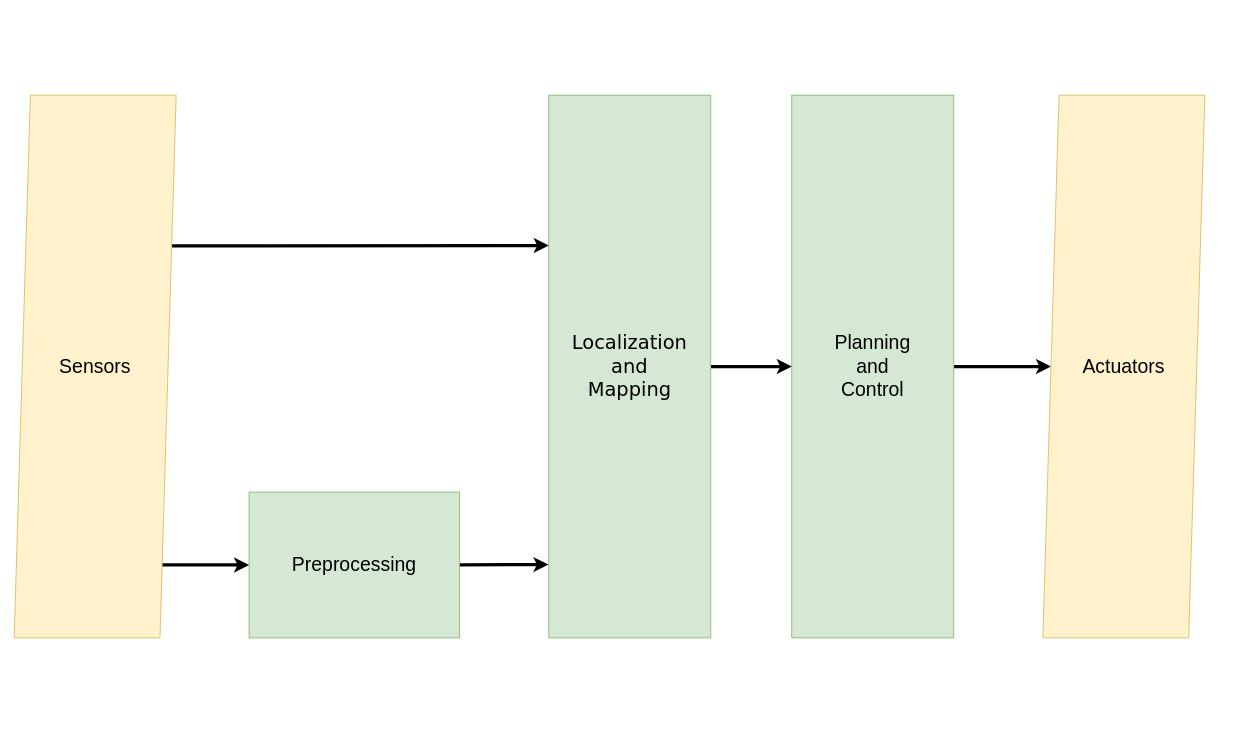
This is page "Software Structure 1" (1 of 11) of TestNav.drawio from ipa-dmo/ipa_outdoor_docu, a draw.io file, before an edit. Source tidied: cells renumbered, new cells numbered last; positions are measured from the earlier drawing's top-left corner, leaving out a move shared by most shapes. Both pictures are drawn from the tidied source at 81%, with x=0, y=0 at pixel (14, 95).
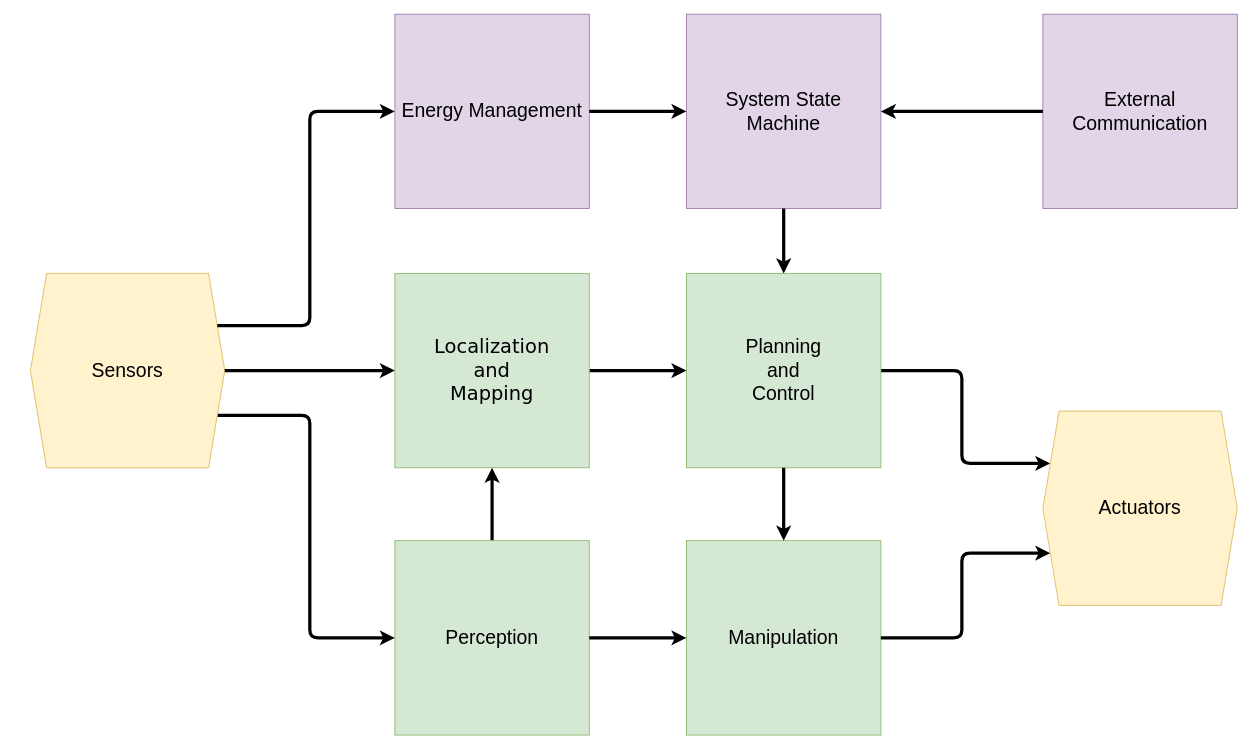
The same page after the edit.

Change to the diagram source:
```diff
@@
-    <mxCell id="2" style="edgeStyle=none;rounded=0;jettySize=auto;html=1;entryX=0;entryY=0.5;entryDx=0;entryDy=0;strokeWidth=4;" parent="1" edge="1" source="3" target="11">
+    <mxCell id="2" style="edgeStyle=orthogonalEdgeStyle;rounded=1;jettySize=auto;html=1;entryX=0;entryY=0.25;entryDx=0;entryDy=0;strokeWidth=4;" parent="1" edge="1" source="3" target="11">
       <mxGeometry relative="1" as="geometry" />
     </mxCell>
     <mxCell id="3" value="&lt;div&gt;&lt;font style=&quot;font-size: 24px&quot;&gt;Planning &lt;br&gt;&lt;/font&gt;&lt;/div&gt;&lt;div&gt;&lt;font style=&quot;font-size: 24px&quot;&gt;and &lt;br&gt;&lt;/font&gt;&lt;/div&gt;&lt;div&gt;&lt;font style=&quot;font-size: 24px&quot;&gt;Control&lt;/font&gt;&lt;/div&gt;" style="whiteSpace=wrap;html=1;fillColor=#d5e8d4;strokeColor=#82b366;" parent="1" vertex="1">
-      <mxGeometry x="960" width="200" height="670" as="geometry" />
+      <mxGeometry x="830" y="220" width="240" height="240" as="geometry" />
     </mxCell>
@@
     <mxCell id="5" value="&lt;div&gt;&lt;font face=&quot;Verdana&quot;&gt;&lt;font style=&quot;font-size: 24px&quot;&gt;Localization&lt;font style=&quot;font-size: 24px&quot;&gt; &lt;br&gt;&lt;/font&gt;&lt;/font&gt;&lt;/font&gt;&lt;/div&gt;&lt;div&gt;&lt;font face=&quot;Verdana&quot;&gt;&lt;font style=&quot;font-size: 24px&quot;&gt;&lt;font style=&quot;font-size: 24px&quot;&gt;and &lt;br&gt;&lt;/font&gt;&lt;/font&gt;&lt;/font&gt;&lt;/div&gt;&lt;div&gt;&lt;font face=&quot;Verdana&quot;&gt;&lt;font style=&quot;font-size: 24px&quot;&gt;&lt;font style=&quot;font-size: 24px&quot;&gt;Mapping&lt;/font&gt;&lt;/font&gt;&lt;/font&gt;&lt;/div&gt;" style="whiteSpace=wrap;html=1;fillColor=#d5e8d4;strokeColor=#82b366;" parent="1" vertex="1">
-      <mxGeometry x="660" width="200" height="670" as="geometry" />
+      <mxGeometry x="470" y="220" width="240" height="240" as="geometry" />
     </mxCell>
-    <mxCell id="6" style="edgeStyle=none;rounded=0;jettySize=auto;html=1;strokeWidth=4;entryX=-0.002;entryY=0.865;entryDx=0;entryDy=0;entryPerimeter=0;" parent="1" edge="1" source="7" target="5">
+    <mxCell id="6" style="rounded=0;jettySize=auto;html=1;strokeWidth=4;exitX=0.5;exitY=0;exitDx=0;exitDy=0;entryX=0.5;entryY=1;entryDx=0;entryDy=0;" parent="1" edge="1" source="7" target="5">
       <mxGeometry relative="1" as="geometry" />
     </mxCell>
-    <mxCell id="7" value="&lt;font style=&quot;font-size: 24px&quot;&gt;Preprocessing&lt;/font&gt;" style="whiteSpace=wrap;html=1;fillColor=#d5e8d4;strokeColor=#82b366;" parent="1" vertex="1">
-      <mxGeometry x="290" y="490" width="260" height="180" as="geometry" />
+    <mxCell id="7" value="&lt;font style=&quot;font-size: 24px&quot;&gt;Perception&lt;/font&gt;" style="whiteSpace=wrap;html=1;fillColor=#d5e8d4;strokeColor=#82b366;" parent="1" vertex="1">
+      <mxGeometry x="470" y="550" width="240" height="240" as="geometry" />
     </mxCell>
-    <mxCell id="8" style="jettySize=auto;html=1;entryX=0;entryY=0.5;entryDx=0;entryDy=0;strokeWidth=4;" parent="1" edge="1" target="7">
-      <mxGeometry relative="1" as="geometry">
-        <mxPoint x="170" y="580" as="sourcePoint" />
-      </mxGeometry>
+    <mxCell id="8" style="jettySize=auto;html=1;entryX=0;entryY=0.5;entryDx=0;entryDy=0;strokeWidth=4;exitX=1;exitY=0.75;exitDx=0;exitDy=0;edgeStyle=orthogonalEdgeStyle;" parent="1" edge="1" source="9" target="7">
+      <mxGeometry relative="1" as="geometry" />
     </mxCell>
-    <mxCell id="9" value="&lt;font style=&quot;font-size: 24px&quot;&gt;Sensors&lt;/font&gt;" style="shape=parallelogram;perimeter=parallelogramPerimeter;whiteSpace=wrap;html=1;fixedSize=1;fillColor=#fff2cc;strokeColor=#d6b656;" parent="1" vertex="1">
-      <mxGeometry width="200" height="670" as="geometry" />
+    <mxCell id="9" value="&lt;font style=&quot;font-size: 24px&quot;&gt;Sensors&lt;/font&gt;" style="shape=hexagon;perimeter=hexagonPerimeter2;whiteSpace=wrap;html=1;fixedSize=1;fillColor=#fff2cc;strokeColor=#d6b656;" parent="1" vertex="1">
+      <mxGeometry x="20" y="220" width="240" height="240" as="geometry" />
     </mxCell>
-    <mxCell id="10" style="endArrow=classic;html=1;entryX=0;entryY=0.277;entryDx=0;entryDy=0;entryPerimeter=0;strokeWidth=4;" parent="1" edge="1" target="5">
-      <mxGeometry relative="1" as="geometry">
-        <mxPoint x="195" y="186" as="sourcePoint" />
-      </mxGeometry>
-    </mxCell>
+    <mxCell id="12" value="&lt;font style=&quot;font-size: 24px&quot;&gt;Manipulation&lt;/font&gt;" style="whiteSpace=wrap;html=1;fillColor=#d5e8d4;strokeColor=#82b366;" parent="1" vertex="1">
+      <mxGeometry x="830" y="550" width="240" height="240" as="geometry" />
+    </mxCell>
-    <mxCell id="11" value="&lt;font style=&quot;font-size: 24px&quot;&gt;Actuators&lt;/font&gt;" style="shape=parallelogram;perimeter=parallelogramPerimeter;whiteSpace=wrap;html=1;fixedSize=1;fillColor=#fff2cc;strokeColor=#d6b656;" parent="1" vertex="1">
-      <mxGeometry x="1270" width="200" height="670" as="geometry" />
+    <mxCell id="11" value="&lt;font style=&quot;font-size: 24px&quot;&gt;Actuators&lt;/font&gt;" style="shape=hexagon;perimeter=hexagonPerimeter2;whiteSpace=wrap;html=1;fixedSize=1;fillColor=#fff2cc;strokeColor=#d6b656;" parent="1" vertex="1">
+      <mxGeometry x="1270" y="390" width="240" height="240" as="geometry" />
     </mxCell>
+    <mxCell id="13" style="jettySize=auto;html=1;strokeWidth=4;exitX=1;exitY=0.5;exitDx=0;exitDy=0;entryX=0;entryY=0.5;entryDx=0;entryDy=0;" parent="1" edge="1" source="7" target="12">
+      <mxGeometry relative="1" as="geometry" />
+    </mxCell>
+    <mxCell id="14" style="jettySize=auto;html=1;entryX=0;entryY=0.5;entryDx=0;entryDy=0;strokeWidth=4;exitX=1;exitY=0.5;exitDx=0;exitDy=0;edgeStyle=orthogonalEdgeStyle;" parent="1" edge="1" source="9" target="5">
+      <mxGeometry relative="1" as="geometry" />
+    </mxCell>
+    <mxCell id="15" style="edgeStyle=orthogonalEdgeStyle;jettySize=auto;html=1;strokeWidth=4;exitX=0.5;exitY=1;exitDx=0;exitDy=0;entryX=0.5;entryY=0;entryDx=0;entryDy=0;" parent="1" edge="1" source="3" target="12">
+      <mxGeometry relative="1" as="geometry" />
+    </mxCell>
+    <mxCell id="16" value="&lt;font style=&quot;font-size: 24px&quot;&gt;System State Machine&lt;/font&gt;" style="whiteSpace=wrap;html=1;fillColor=#e1d5e7;strokeColor=#9673a6;" parent="1" vertex="1">
+      <mxGeometry x="830" y="-100" width="240" height="240" as="geometry" />
+    </mxCell>
+    <mxCell id="17" value="&lt;font style=&quot;font-size: 24px&quot;&gt;External Communication&lt;/font&gt;" style="whiteSpace=wrap;html=1;fillColor=#e1d5e7;strokeColor=#9673a6;" parent="1" vertex="1">
+      <mxGeometry x="1270" y="-100" width="240" height="240" as="geometry" />
+    </mxCell>
+    <mxCell id="18" value="&lt;font style=&quot;font-size: 24px&quot;&gt;Energy Management&lt;/font&gt;" style="whiteSpace=wrap;html=1;fillColor=#e1d5e7;strokeColor=#9673a6;" parent="1" vertex="1">
+      <mxGeometry x="470" y="-100" width="240" height="240" as="geometry" />
+    </mxCell>
+    <mxCell id="19" style="jettySize=auto;html=1;entryX=0;entryY=0.5;entryDx=0;entryDy=0;strokeWidth=4;exitX=1;exitY=0.25;exitDx=0;exitDy=0;edgeStyle=orthogonalEdgeStyle;" parent="1" edge="1" source="9" target="18">
+      <mxGeometry relative="1" as="geometry" />
+    </mxCell>
+    <mxCell id="20" style="rounded=0;jettySize=auto;html=1;strokeWidth=4;exitX=0;exitY=0.5;exitDx=0;exitDy=0;entryX=1;entryY=0.5;entryDx=0;entryDy=0;" parent="1" edge="1" source="17" target="16">
+      <mxGeometry relative="1" as="geometry" />
+    </mxCell>
+    <mxCell id="21" style="rounded=0;jettySize=auto;html=1;strokeWidth=4;exitX=1;exitY=0.5;exitDx=0;exitDy=0;entryX=0;entryY=0.5;entryDx=0;entryDy=0;" parent="1" edge="1" source="18" target="16">
+      <mxGeometry relative="1" as="geometry" />
+    </mxCell>
+    <mxCell id="22" style="rounded=0;jettySize=auto;html=1;strokeWidth=4;exitX=0.5;exitY=1;exitDx=0;exitDy=0;entryX=0.5;entryY=0;entryDx=0;entryDy=0;" parent="1" edge="1" source="16" target="3">
+      <mxGeometry relative="1" as="geometry" />
+    </mxCell>
+    <mxCell id="23" style="jettySize=auto;html=1;entryX=0;entryY=0.75;entryDx=0;entryDy=0;strokeWidth=4;exitX=1;exitY=0.5;exitDx=0;exitDy=0;edgeStyle=orthogonalEdgeStyle;" parent="1" edge="1" source="12" target="11">
+      <mxGeometry relative="1" as="geometry">
+        <Array as="points">
+          <mxPoint x="1170" y="670" />
+          <mxPoint x="1170" y="565" />
+        </Array>
+      </mxGeometry>
+    </mxCell>
```
